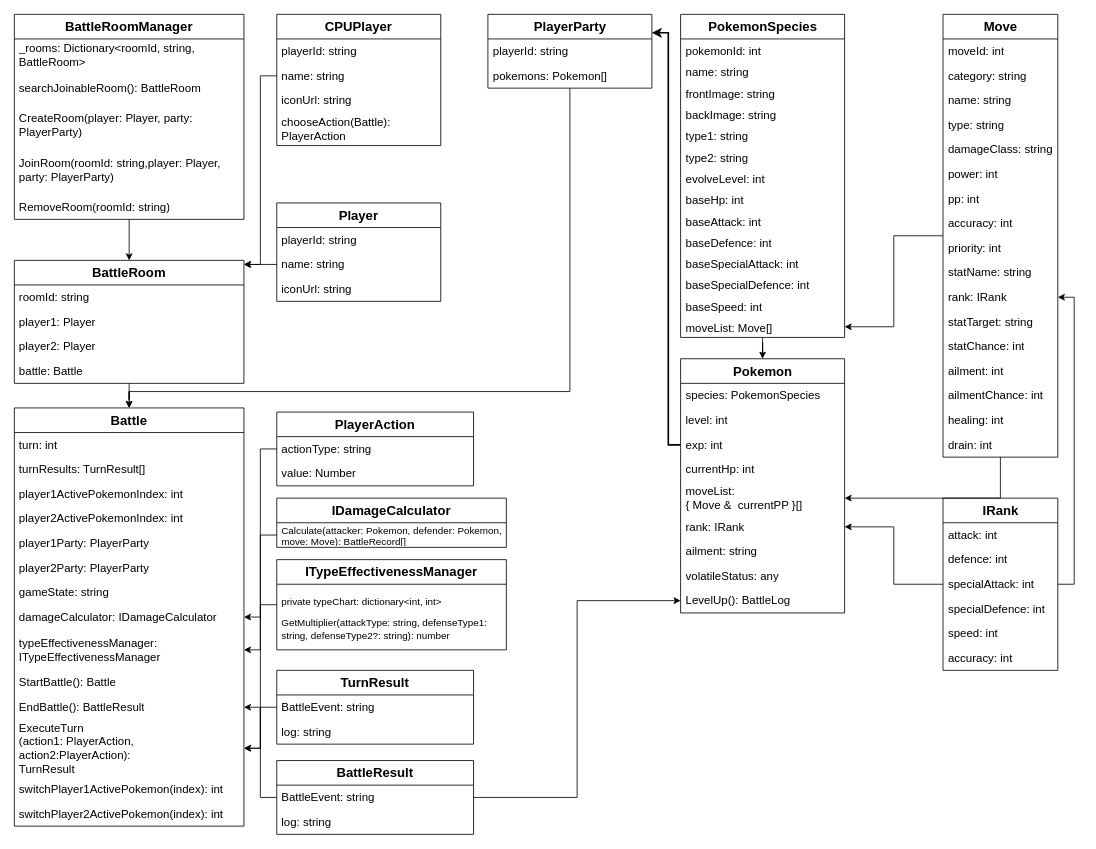
This is docs/UML/クラス図.drawio from ayumu203/poke-clone-v3, a draw.io file, before an edit. Source tidied: cells renumbered, new cells numbered last; positions are measured from the earlier drawing's top-left corner, leaving out a move shared by most shapes. Both pictures are drawn from the tidied source at 82%, with x=0, y=0 at pixel (14, 14).
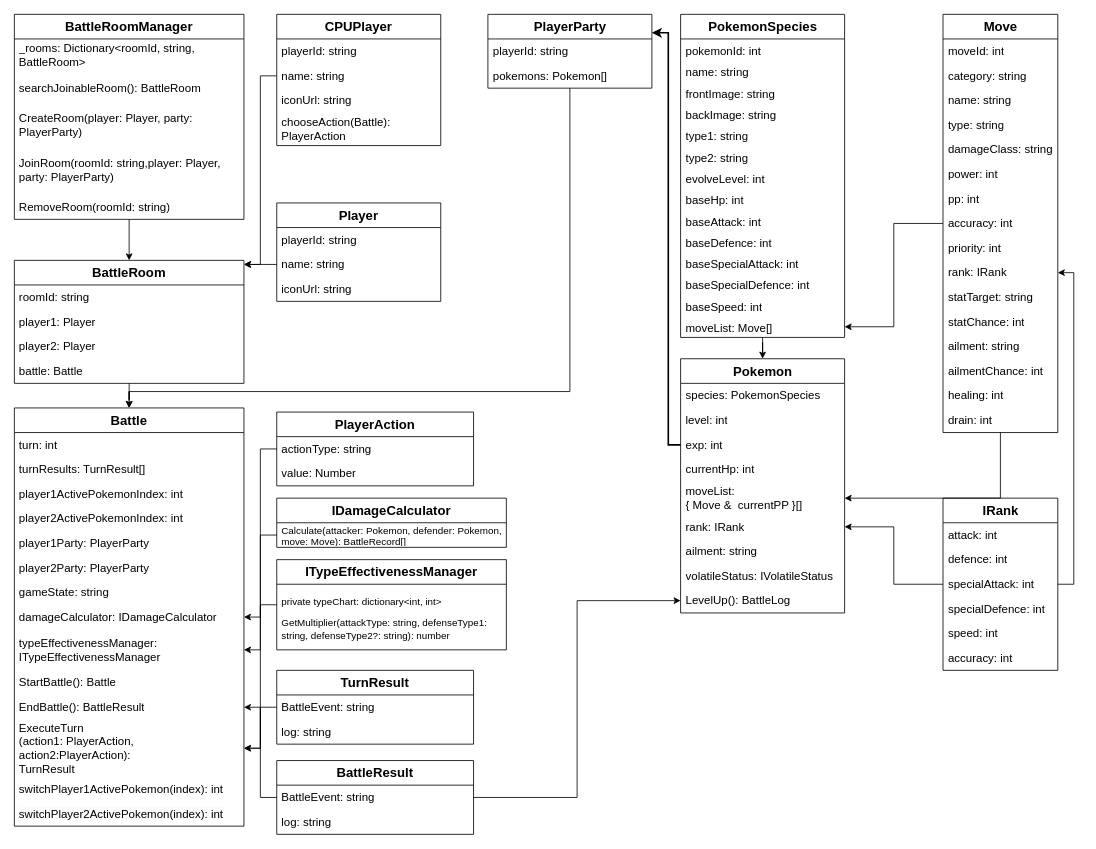
The same page after the edit.

The change refers to these unchanged cells:
```xml
<mxCell id="2" value="&lt;font style=&quot;font-size: 16px;&quot;&gt;&lt;b&gt;Pokemon&lt;/b&gt;&lt;/font&gt;" style="swimlane;fontStyle=0;horizontal=1;startSize=30;whiteSpace=wrap;html=1;" parent="1" vertex="1">
  <mxGeometry x="812.5" y="420" width="200" height="310" as="geometry" />
</mxCell>
<mxCell id="13" value="&lt;font style=&quot;font-size: 16px;&quot;&gt;&lt;b&gt;IRank&lt;/b&gt;&lt;/font&gt;" style="swimlane;fontStyle=0;horizontal=1;startSize=30;whiteSpace=wrap;html=1;" parent="1" vertex="1">
  <mxGeometry x="1132.5" y="590" width="140" height="210" as="geometry" />
</mxCell>
```

Diff of the diagram source:
```diff
@@
-    <mxCell id="10" value="volatileStatus: any" style="text;strokeColor=none;fillColor=none;align=left;verticalAlign=middle;spacingLeft=4;spacingRight=4;overflow=hidden;whiteSpace=wrap;html=1;fontColor=#000000;fontSize=14;" parent="2" vertex="1">
+    <mxCell id="10" value="volatileStatus: IVolatileStatus" style="text;strokeColor=none;fillColor=none;align=left;verticalAlign=middle;spacingLeft=4;spacingRight=4;overflow=hidden;whiteSpace=wrap;html=1;fontColor=#000000;fontSize=14;" parent="2" vertex="1">
       <mxGeometry y="250" width="200" height="30" as="geometry" />
     </mxCell>
@@
+    <mxCell id="61" style="edgeStyle=orthogonalEdgeStyle;rounded=0;jettySize=auto;html=1;entryX=1;entryY=0.5;entryDx=0;entryDy=0;" parent="1" edge="1" source="13" target="33">
+      <mxGeometry relative="1" as="geometry">
+        <Array as="points">
+          <mxPoint x="1292" y="695" />
+          <mxPoint x="1292" y="315" />
+        </Array>
+      </mxGeometry>
+    </mxCell>
@@
     <mxCell id="22" value="&lt;font style=&quot;font-size: 16px;&quot;&gt;&lt;b&gt;Move&lt;/b&gt;&lt;/font&gt;" style="swimlane;fontStyle=0;horizontal=1;startSize=30;whiteSpace=wrap;html=1;" parent="1" vertex="1">
-      <mxGeometry x="1132.5" width="140" height="540" as="geometry" />
+      <mxGeometry x="1132.5" width="140" height="510" as="geometry" />
     </mxCell>
@@
-    <mxCell id="32" value="&lt;font style=&quot;&quot;&gt;statName: string&lt;/font&gt;" style="text;strokeColor=none;fillColor=none;align=left;verticalAlign=middle;spacingLeft=4;spacingRight=4;overflow=hidden;whiteSpace=wrap;html=1;fontSize=14;fontColor=#000000;" parent="22" vertex="1">
-      <mxGeometry y="300" width="140" height="30" as="geometry" />
-    </mxCell>
     <mxCell id="33" value="&lt;span style=&quot;background-color: transparent;&quot;&gt;rank: IRank&amp;nbsp;&lt;/span&gt;" style="text;strokeColor=none;fillColor=none;align=left;verticalAlign=middle;spacingLeft=4;spacingRight=4;overflow=hidden;points=[[0,0.5],[1,0.5]];portConstraint=eastwest;whiteSpace=wrap;html=1;fontSize=14;fontColor=#000000;" parent="22" vertex="1">
-      <mxGeometry y="330" width="140" height="30" as="geometry" />
+      <mxGeometry y="300" width="140" height="30" as="geometry" />
     </mxCell>
     <mxCell id="34" value="&lt;font style=&quot;&quot;&gt;statTarget: string&lt;/font&gt;" style="text;strokeColor=none;fillColor=none;align=left;verticalAlign=middle;spacingLeft=4;spacingRight=4;overflow=hidden;whiteSpace=wrap;html=1;fontSize=14;fontColor=#000000;" parent="22" vertex="1">
-      <mxGeometry y="360" width="140" height="30" as="geometry" />
+      <mxGeometry y="330" width="140" height="30" as="geometry" />
     </mxCell>
     <mxCell id="35" value="&lt;font style=&quot;&quot;&gt;statChance: int&lt;/font&gt;" style="text;strokeColor=none;fillColor=none;align=left;verticalAlign=middle;spacingLeft=4;spacingRight=4;overflow=hidden;whiteSpace=wrap;html=1;fontSize=14;fontColor=#000000;" parent="22" vertex="1">
-      <mxGeometry y="390" width="140" height="30" as="geometry" />
+      <mxGeometry y="360" width="140" height="30" as="geometry" />
     </mxCell>
-    <mxCell id="36" value="&lt;font style=&quot;&quot;&gt;ailment: int&lt;/font&gt;" style="text;strokeColor=none;fillColor=none;align=left;verticalAlign=middle;spacingLeft=4;spacingRight=4;overflow=hidden;whiteSpace=wrap;html=1;fontSize=14;fontColor=#000000;" parent="22" vertex="1">
-      <mxGeometry y="420" width="140" height="30" as="geometry" />
+    <mxCell id="36" value="&lt;font style=&quot;&quot;&gt;ailment: string&lt;/font&gt;" style="text;strokeColor=none;fillColor=none;align=left;verticalAlign=middle;spacingLeft=4;spacingRight=4;overflow=hidden;whiteSpace=wrap;html=1;fontSize=14;fontColor=#000000;" parent="22" vertex="1">
+      <mxGeometry y="390" width="140" height="30" as="geometry" />
     </mxCell>
     <mxCell id="37" value="ailmentChance: int" style="text;strokeColor=none;fillColor=none;align=left;verticalAlign=middle;spacingLeft=4;spacingRight=4;overflow=hidden;whiteSpace=wrap;html=1;fontSize=14;fontColor=#000000;" parent="22" vertex="1">
-      <mxGeometry y="450" width="140" height="30" as="geometry" />
+      <mxGeometry y="420" width="140" height="30" as="geometry" />
     </mxCell>
     <mxCell id="38" value="&lt;font style=&quot;&quot;&gt;healing: int&lt;/font&gt;" style="text;strokeColor=none;fillColor=none;align=left;verticalAlign=middle;spacingLeft=4;spacingRight=4;overflow=hidden;whiteSpace=wrap;html=1;fontSize=14;fontColor=#000000;" parent="22" vertex="1">
-      <mxGeometry y="480" width="140" height="30" as="geometry" />
+      <mxGeometry y="450" width="140" height="30" as="geometry" />
     </mxCell>
     <mxCell id="39" value="&lt;font style=&quot;&quot;&gt;drain: int&lt;/font&gt;" style="text;strokeColor=none;fillColor=none;align=left;verticalAlign=middle;spacingLeft=4;spacingRight=4;overflow=hidden;whiteSpace=wrap;html=1;fontSize=14;fontColor=#000000;" parent="22" vertex="1">
-      <mxGeometry y="510" width="140" height="30" as="geometry" />
+      <mxGeometry y="480" width="140" height="30" as="geometry" />
     </mxCell>
@@
-    <mxCell id="61" style="edgeStyle=orthogonalEdgeStyle;rounded=0;jettySize=auto;html=1;strokeWidth=1;entryX=1;entryY=0.5;entryDx=0;entryDy=0;" parent="1" edge="1" source="13" target="33">
-      <mxGeometry relative="1" as="geometry">
-        <Array as="points">
-          <mxPoint x="1292.5" y="695" />
-          <mxPoint x="1292.5" y="345" />
-        </Array>
-      </mxGeometry>
-    </mxCell>
```
